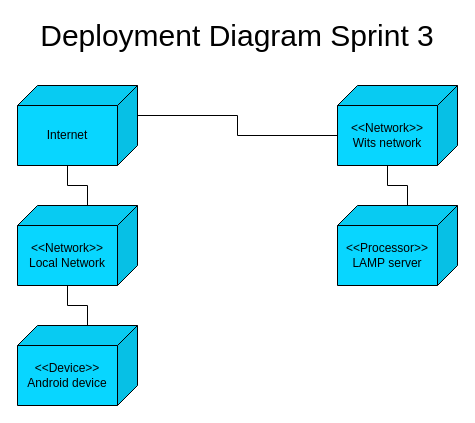
Above: Diagrams/Deployment_Diagram.drawio in Makizoro/Overclock (draw.io), before the change. Source tidied: cells renumbered, new cells numbered last; positions are measured from the earlier drawing's top-left corner, leaving out a move shared by most shapes. Both pictures are drawn from the tidied source at 100%, with x=0, y=0 at pixel (17, 25).
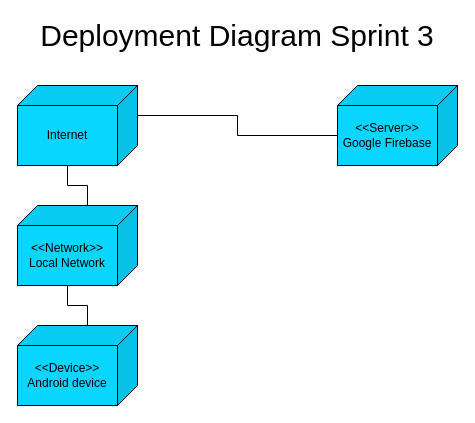
After the change.

Diff of the diagram source:
```diff
@@
 <mxGraphModel>
   <root>
     <mxCell id="0" />
     <mxCell id="1" parent="0" />
     <mxCell id="2" style="edgeStyle=orthogonalEdgeStyle;rounded=0;jettySize=auto;html=1;exitX=0;exitY=0;exitDx=50;exitDy=0;exitPerimeter=0;entryX=0;entryY=0;entryDx=70;entryDy=80;entryPerimeter=0;endArrow=none;endFill=0;" parent="1" edge="1" source="3" target="5">
       <mxGeometry relative="1" as="geometry" />
     </mxCell>
     <mxCell id="3" value="&amp;lt;&amp;lt;Device&amp;gt;&amp;gt;&lt;br&gt;Android device" style="shape=cube;whiteSpace=wrap;html=1;boundedLbl=1;backgroundOutline=1;darkOpacity=0.05;darkOpacity2=0.1;flipH=1;fillColor=#08D6FF;" parent="1" vertex="1">
       <mxGeometry y="300" width="120" height="80" as="geometry" />
     </mxCell>
     <mxCell id="4" style="edgeStyle=orthogonalEdgeStyle;rounded=0;jettySize=auto;html=1;exitX=0;exitY=0;exitDx=50;exitDy=0;exitPerimeter=0;entryX=0;entryY=0;entryDx=70;entryDy=80;entryPerimeter=0;endArrow=none;endFill=0;" parent="1" edge="1" source="5" target="7">
       <mxGeometry relative="1" as="geometry" />
     </mxCell>
     <mxCell id="5" value="&amp;lt;&amp;lt;Network&amp;gt;&amp;gt;&lt;br&gt;Local Network" style="shape=cube;whiteSpace=wrap;html=1;boundedLbl=1;backgroundOutline=1;darkOpacity=0.05;darkOpacity2=0.1;flipH=1;fillColor=#08D6FF;" parent="1" vertex="1">
       <mxGeometry y="180" width="120" height="80" as="geometry" />
     </mxCell>
     <mxCell id="6" style="edgeStyle=orthogonalEdgeStyle;rounded=0;jettySize=auto;html=1;exitX=0;exitY=0;exitDx=0;exitDy=30;exitPerimeter=0;entryX=0;entryY=0;entryDx=120;entryDy=50;entryPerimeter=0;endArrow=none;endFill=0;" parent="1" edge="1" source="7" target="9">
       <mxGeometry relative="1" as="geometry" />
     </mxCell>
     <mxCell id="7" value="Internet" style="shape=cube;whiteSpace=wrap;html=1;boundedLbl=1;backgroundOutline=1;darkOpacity=0.05;darkOpacity2=0.1;flipH=1;fillColor=#08D6FF;" parent="1" vertex="1">
       <mxGeometry y="60" width="120" height="80" as="geometry" />
     </mxCell>
-    <mxCell id="8" style="edgeStyle=orthogonalEdgeStyle;rounded=0;jettySize=auto;html=1;exitX=0;exitY=0;exitDx=70;exitDy=80;exitPerimeter=0;entryX=0;entryY=0;entryDx=50;entryDy=0;entryPerimeter=0;endArrow=none;endFill=0;" parent="1" edge="1" source="9" target="10">
-      <mxGeometry relative="1" as="geometry" />
-    </mxCell>
-    <mxCell id="9" value="&amp;lt;&amp;lt;Network&amp;gt;&amp;gt;&lt;br&gt;Wits network" style="shape=cube;whiteSpace=wrap;html=1;boundedLbl=1;backgroundOutline=1;darkOpacity=0.05;darkOpacity2=0.1;flipH=1;fillColor=#08D6FF;" parent="1" vertex="1">
+    <mxCell id="9" value="&amp;lt;&amp;lt;Server&amp;gt;&amp;gt;&lt;br&gt;Google Firebase" style="shape=cube;whiteSpace=wrap;html=1;boundedLbl=1;backgroundOutline=1;darkOpacity=0.05;darkOpacity2=0.1;flipH=1;fillColor=#08D6FF;" parent="1" vertex="1">
       <mxGeometry x="320" y="60" width="120" height="80" as="geometry" />
     </mxCell>
-    <mxCell id="10" value="&amp;lt;&amp;lt;Processor&amp;gt;&amp;gt;&lt;br&gt;LAMP server" style="shape=cube;whiteSpace=wrap;html=1;boundedLbl=1;backgroundOutline=1;darkOpacity=0.05;darkOpacity2=0.1;flipH=1;fillColor=#08D6FF;" parent="1" vertex="1">
-      <mxGeometry x="320" y="180" width="120" height="80" as="geometry" />
-    </mxCell>
     <mxCell id="11" value="Deployment Diagram Sprint 3" style="text;html=1;strokeColor=none;fillColor=none;align=center;verticalAlign=middle;whiteSpace=wrap;rounded=0;fontSize=30;" parent="1" vertex="1">
       <mxGeometry width="440" height="20" as="geometry" />
     </mxCell>
   </root>
 </mxGraphModel>
```
